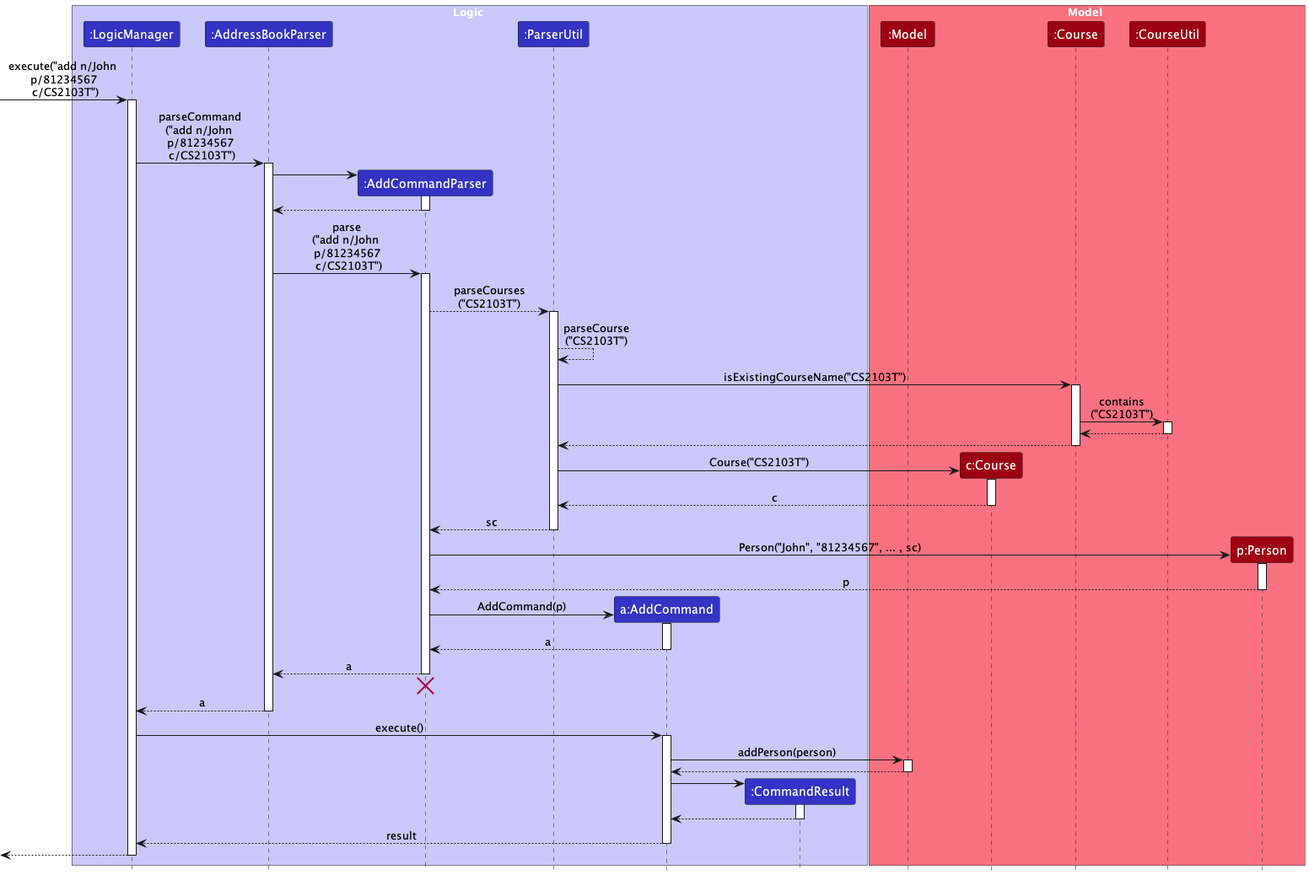
Above: docs/images/AddSequenceDiagram.png in tanteckfang/tp (PlantUML), before the change.
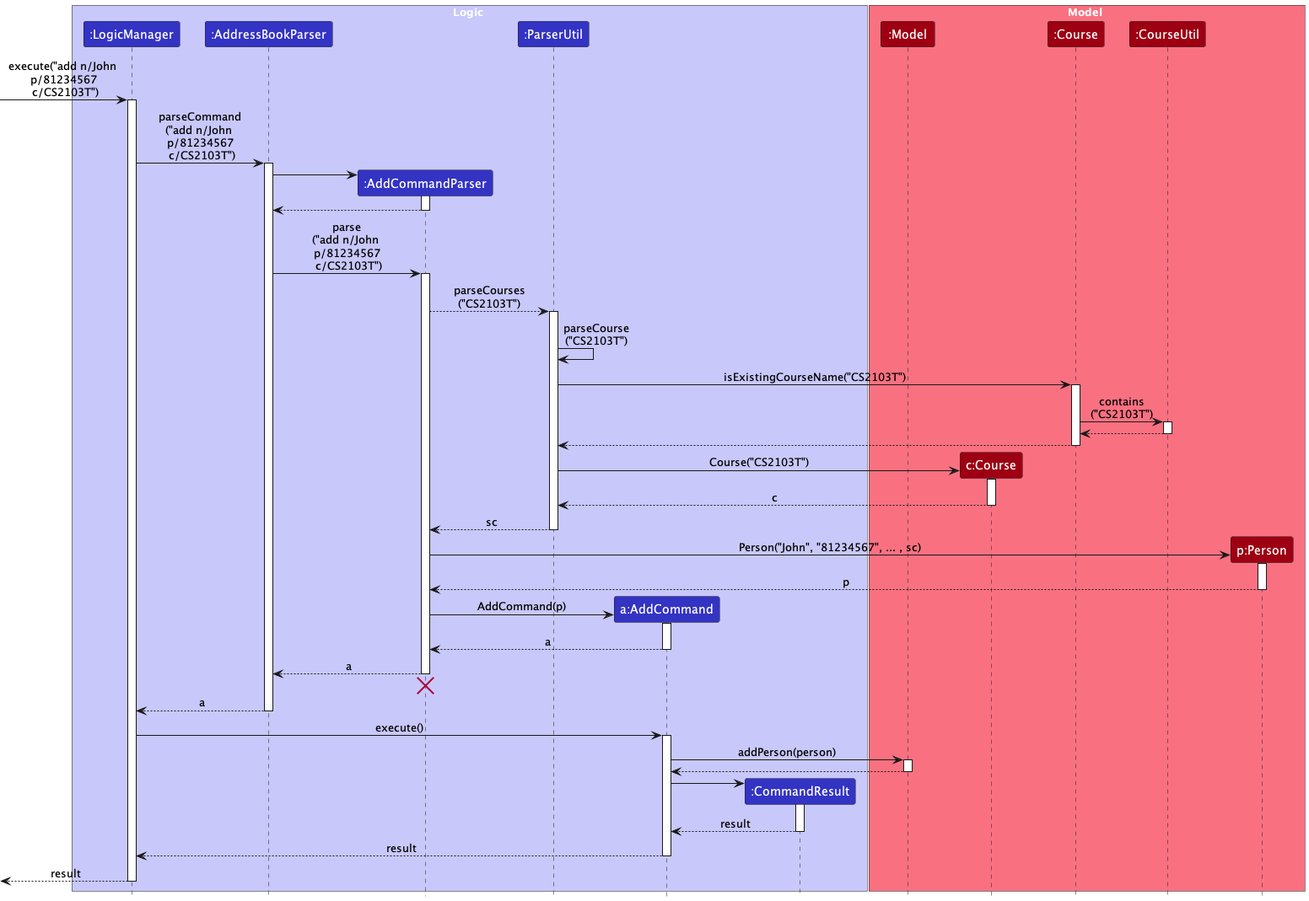
The same file after the commit.

Commit message:
Modify UML diagrams

Diff of the diagram source:
```diff
@@ -38,7 +38,7 @@
 AddCommandParser --> ParserUtil : parseCourses\n("CS2103T")
 activate ParserUtil
 
-ParserUtil --> ParserUtil : parseCourse\n("CS2103T")
+ParserUtil -> ParserUtil : parseCourse\n("CS2103T")
 
 ParserUtil -> CourseClass : isExistingCourseName("CS2103T")
 activate CourseClass
@@ -97,12 +97,12 @@
 AddCommand -> CommandResult
 activate CommandResult
 
-CommandResult --> AddCommand
+CommandResult --> AddCommand : result
 deactivate CommandResult
 
 AddCommand --> LogicManager : result
 deactivate AddCommand
 
-[<--LogicManager
+[<--LogicManager : result
 deactivate LogicManager
 @enduml
```
